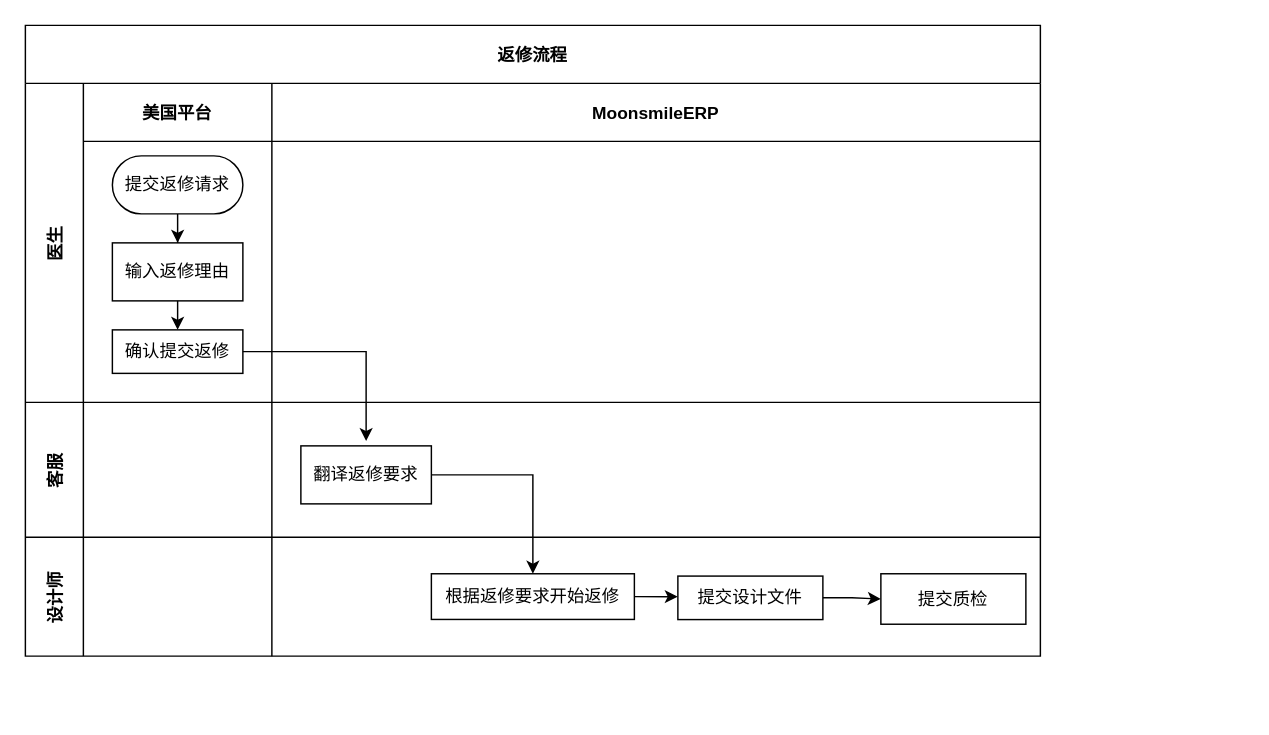
The draw.io diagram Untitled Diagram.drawio in laggage/markdown-it-attrs, before the edit. Source tidied: cells renumbered, new cells numbered last; positions are measured from the earlier drawing's top-left corner, leaving out a move shared by most shapes. Both pictures are drawn from the tidied source at 145%, with x=0, y=0 at pixel (25, 25).
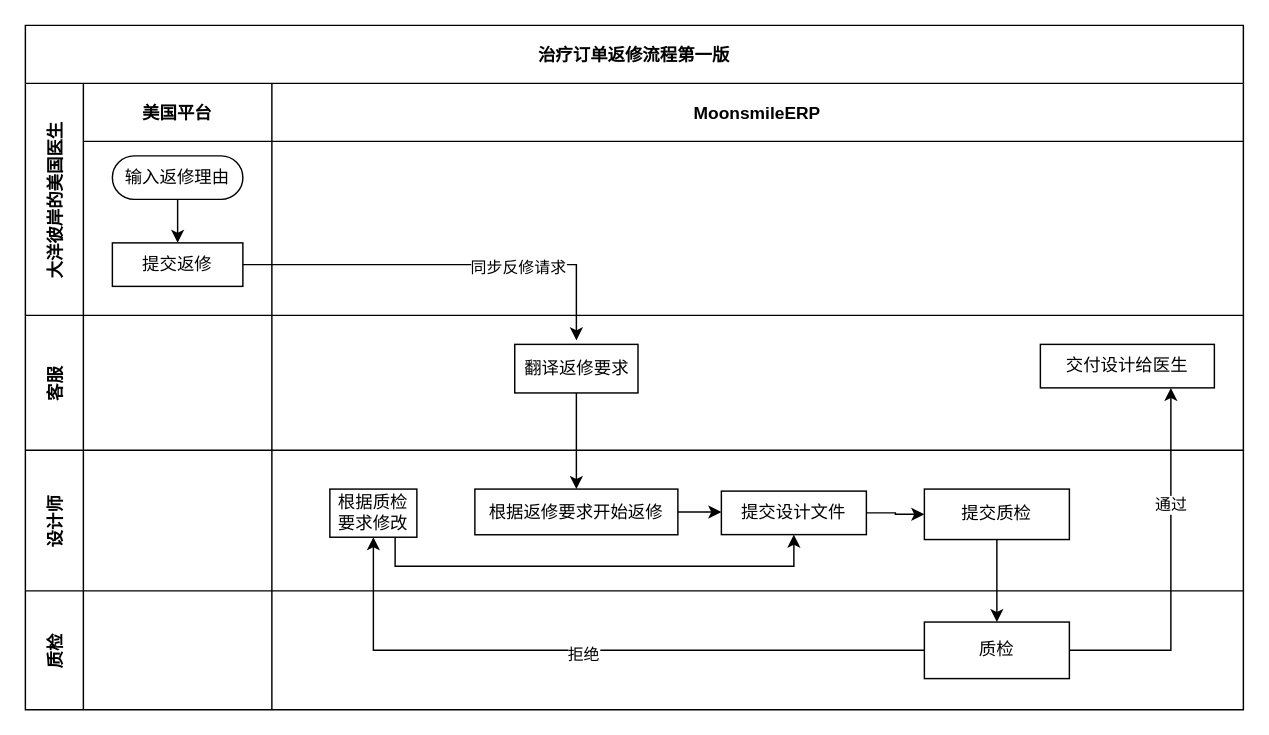
The same page after the edit.

The change refers to these unchanged cells:
```xml
<mxCell id="24" style="edgeStyle=orthogonalEdgeStyle;rounded=0;jettySize=auto;html=1;exitX=1;exitY=0.5;exitDx=0;exitDy=0;entryX=0.5;entryY=-0.082;entryDx=0;entryDy=0;entryPerimeter=0;" parent="2" edge="1" source="8" target="14">
  <mxGeometry relative="1" as="geometry" />
</mxCell>
```

What changed in the source:
```diff
@@
-    <mxCell id="2" value="返修流程" style="shape=table;childLayout=tableLayout;startSize=40;fillColor=none;fontStyle=1;" parent="1" vertex="1">
-      <mxGeometry width="700" height="435" as="geometry" />
+    <mxCell id="2" value="治疗订单返修流程第一版" style="shape=table;childLayout=tableLayout;startSize=40;fillColor=none;fontStyle=1;" parent="1" vertex="1">
+      <mxGeometry width="840" height="472" as="geometry" />
     </mxCell>
-    <mxCell id="3" value="医生" style="shape=tableRow;horizontal=0;swimlaneHead=0;swimlaneBody=0;top=0;left=0;bottom=0;right=0;fillColor=none;startSize=40;fontStyle=1;" parent="2" vertex="1">
-      <mxGeometry y="40" width="700" height="220" as="geometry" />
+    <mxCell id="3" value="大洋彼岸的美国医生" style="shape=tableRow;horizontal=0;swimlaneHead=0;swimlaneBody=0;top=0;left=0;bottom=0;right=0;fillColor=none;startSize=40;fontStyle=1;" parent="2" vertex="1">
+      <mxGeometry y="40" width="840" height="160" as="geometry" />
     </mxCell>
     <mxCell id="4" value="美国平台" style="swimlane;swimlaneHead=0;swimlaneBody=0;fillColor=none;startSize=40;fontStyle=1;" parent="3" vertex="1">
-      <mxGeometry x="40" width="130" height="220" as="geometry" />
+      <mxGeometry x="40" width="130" height="160" as="geometry" />
     </mxCell>
-    <mxCell id="5" style="edgeStyle=orthogonalEdgeStyle;rounded=0;jettySize=auto;html=1;" parent="4" edge="1" source="6" target="7">
-      <mxGeometry relative="1" as="geometry" />
-    </mxCell>
+    <mxCell id="26" style="edgeStyle=orthogonalEdgeStyle;rounded=0;jettySize=auto;html=1;exitX=0.5;exitY=1;exitDx=0;exitDy=0;entryX=0.5;entryY=0;entryDx=0;entryDy=0;" parent="4" edge="1" source="6" target="8">
+      <mxGeometry relative="1" as="geometry" />
+    </mxCell>
-    <mxCell id="6" value="提交返修请求" style="rounded=1;whiteSpace=wrap;html=1;arcSize=50;" parent="4" vertex="1">
-      <mxGeometry x="20" y="50" width="90" height="40" as="geometry" />
+    <mxCell id="6" value="输入返修理由" style="rounded=1;whiteSpace=wrap;html=1;arcSize=50;" parent="4" vertex="1">
+      <mxGeometry x="20" y="50" width="90" height="30" as="geometry" />
     </mxCell>
-    <mxCell id="7" value="输入返修理由" style="rounded=0;whiteSpace=wrap;html=1;" parent="4" vertex="1">
-      <mxGeometry x="20" y="110" width="90" height="40" as="geometry" />
-    </mxCell>
-    <mxCell id="8" value="确认提交返修" style="rounded=0;whiteSpace=wrap;html=1;" parent="4" vertex="1">
-      <mxGeometry x="20" y="170" width="90" height="30" as="geometry" />
+    <mxCell id="8" value="提交返修" style="rounded=0;whiteSpace=wrap;html=1;" parent="4" vertex="1">
+      <mxGeometry x="20" y="110" width="90" height="30" as="geometry" />
     </mxCell>
-    <mxCell id="9" style="edgeStyle=orthogonalEdgeStyle;rounded=0;jettySize=auto;html=1;exitX=0.5;exitY=1;exitDx=0;exitDy=0;entryX=0.5;entryY=0;entryDx=0;entryDy=0;" parent="4" edge="1" source="7" target="8">
-      <mxGeometry relative="1" as="geometry" />
-    </mxCell>
     <mxCell id="10" value="MoonsmileERP" style="swimlane;swimlaneHead=0;swimlaneBody=0;fillColor=none;startSize=40;fontStyle=1;" parent="3" vertex="1">
-      <mxGeometry x="170" width="530" height="220" as="geometry" />
+      <mxGeometry x="170" width="670" height="160" as="geometry" />
     </mxCell>
     <mxCell id="11" value="客服" style="shape=tableRow;horizontal=0;swimlaneHead=0;swimlaneBody=0;top=0;left=0;bottom=0;right=0;fillColor=none;startSize=40;fontStyle=1;" parent="2" vertex="1">
-      <mxGeometry y="260" width="700" height="93" as="geometry" />
+      <mxGeometry y="200" width="840" height="93" as="geometry" />
     </mxCell>
@@
     <mxCell id="13" style="swimlane;swimlaneHead=0;swimlaneBody=0;fillColor=none;startSize=0;fontStyle=1;" parent="11" vertex="1">
-      <mxGeometry x="170" width="530" height="93" as="geometry" />
+      <mxGeometry x="170" width="670" height="93" as="geometry" />
     </mxCell>
     <mxCell id="14" value="翻译返修要求" style="rounded=0;whiteSpace=wrap;html=1;" parent="13" vertex="1">
-      <mxGeometry x="20" y="30" width="90" height="40" as="geometry" />
+      <mxGeometry x="167.5" y="20" width="85" height="33.5" as="geometry" />
     </mxCell>
+    <mxCell id="27" value="交付设计给医生" style="rounded=0;whiteSpace=wrap;html=1;" parent="13" vertex="1">
+      <mxGeometry x="530" y="20" width="120" height="30" as="geometry" />
+    </mxCell>
     <mxCell id="15" value="设计师" style="shape=tableRow;horizontal=0;swimlaneHead=0;swimlaneBody=0;top=0;left=0;bottom=0;right=0;fillColor=none;startSize=40;fontStyle=1;" parent="2" vertex="1">
-      <mxGeometry y="353" width="700" height="82" as="geometry" />
+      <mxGeometry y="293" width="840" height="97" as="geometry" />
     </mxCell>
     <mxCell id="16" style="swimlane;swimlaneHead=0;swimlaneBody=0;fillColor=none;startSize=0;fontStyle=1;" parent="15" vertex="1">
-      <mxGeometry x="40" width="130" height="82" as="geometry" />
+      <mxGeometry x="40" width="130" height="97" as="geometry" />
     </mxCell>
     <mxCell id="17" style="swimlane;swimlaneHead=0;swimlaneBody=0;fillColor=none;startSize=0;fontStyle=1;" parent="15" vertex="1">
-      <mxGeometry x="170" width="530" height="82" as="geometry" />
+      <mxGeometry x="170" width="670" height="97" as="geometry" />
     </mxCell>
@@
     <mxCell id="19" value="根据返修要求开始返修" style="rounded=0;whiteSpace=wrap;html=1;" parent="17" vertex="1">
-      <mxGeometry x="110" y="25.2" width="140" height="31.5" as="geometry" />
+      <mxGeometry x="140" y="26.8" width="140" height="31.5" as="geometry" />
     </mxCell>
@@
     <mxCell id="21" value="提交设计文件" style="rounded=0;whiteSpace=wrap;html=1;" parent="17" vertex="1">
-      <mxGeometry x="280" y="26.8" width="100" height="30" as="geometry" />
+      <mxGeometry x="310" y="28.2" width="100" height="30" as="geometry" />
     </mxCell>
     <mxCell id="22" value="提交质检" style="rounded=0;whiteSpace=wrap;html=1;" parent="17" vertex="1">
-      <mxGeometry x="420" y="25.2" width="100" height="34.8" as="geometry" />
+      <mxGeometry x="450" y="26.8" width="100" height="34.8" as="geometry" />
     </mxCell>
+    <mxCell id="28" style="edgeStyle=orthogonalEdgeStyle;rounded=0;jettySize=auto;html=1;exitX=0.75;exitY=1;exitDx=0;exitDy=0;entryX=0.5;entryY=1;entryDx=0;entryDy=0;" parent="17" edge="1" source="29" target="21">
+      <mxGeometry relative="1" as="geometry" />
+    </mxCell>
+    <mxCell id="29" value="根据质检要求修改" style="rounded=0;whiteSpace=wrap;html=1;" parent="17" vertex="1">
+      <mxGeometry x="40" y="26.8" width="60" height="33.2" as="geometry" />
+    </mxCell>
+    <mxCell id="30" value="质检" style="shape=tableRow;horizontal=0;swimlaneHead=0;swimlaneBody=0;top=0;left=0;bottom=0;right=0;fillColor=none;startSize=40;fontStyle=1;" parent="2" vertex="1">
+      <mxGeometry y="390" width="840" height="82" as="geometry" />
+    </mxCell>
+    <mxCell id="31" style="swimlane;swimlaneHead=0;swimlaneBody=0;fillColor=none;startSize=0;fontStyle=1;" parent="30" vertex="1">
+      <mxGeometry x="40" width="130" height="82" as="geometry" />
+    </mxCell>
+    <mxCell id="32" style="swimlane;swimlaneHead=0;swimlaneBody=0;fillColor=none;startSize=0;fontStyle=1;" parent="30" vertex="1">
+      <mxGeometry x="170" width="670" height="82" as="geometry" />
+    </mxCell>
+    <mxCell id="33" value="质检" style="rounded=0;whiteSpace=wrap;html=1;" parent="32" vertex="1">
+      <mxGeometry x="450" y="21.5" width="100" height="39" as="geometry" />
+    </mxCell>
@@
+    <mxCell id="34" value="&lt;div&gt;同步反修请求&lt;br&gt;&lt;/div&gt;" style="edgeLabel;html=1;align=center;verticalAlign=middle;" parent="24" vertex="1">
+      <mxGeometry x="0.34" y="-1" relative="1" as="geometry" />
+    </mxCell>
+    <mxCell id="35" style="edgeStyle=orthogonalEdgeStyle;rounded=0;jettySize=auto;html=1;exitX=0.5;exitY=1;exitDx=0;exitDy=0;" parent="2" edge="1" source="22" target="33">
+      <mxGeometry relative="1" as="geometry" />
+    </mxCell>
+    <mxCell id="36" style="edgeStyle=orthogonalEdgeStyle;rounded=0;jettySize=auto;html=1;exitX=0;exitY=0.5;exitDx=0;exitDy=0;entryX=0.5;entryY=1;entryDx=0;entryDy=0;" parent="2" edge="1" source="33" target="29">
+      <mxGeometry relative="1" as="geometry" />
+    </mxCell>
+    <mxCell id="37" value="拒绝" style="edgeLabel;html=1;align=center;verticalAlign=middle;" parent="36" vertex="1">
+      <mxGeometry x="0.03" y="2" relative="1" as="geometry" />
+    </mxCell>
+    <mxCell id="38" style="edgeStyle=orthogonalEdgeStyle;rounded=0;jettySize=auto;html=1;exitX=1;exitY=0.5;exitDx=0;exitDy=0;entryX=0.75;entryY=1;entryDx=0;entryDy=0;" parent="2" edge="1" source="33" target="27">
+      <mxGeometry relative="1" as="geometry" />
+    </mxCell>
+    <mxCell id="39" value="通过" style="edgeLabel;html=1;align=center;verticalAlign=middle;" parent="38" vertex="1">
+      <mxGeometry x="0.36" y="1" relative="1" as="geometry" />
+    </mxCell>
-    <mxCell id="25" style="edgeStyle=orthogonalEdgeStyle;rounded=0;jettySize=auto;html=1;exitX=1;exitY=0.5;exitDx=0;exitDy=0;entryX=0.5;entryY=0;entryDx=0;entryDy=0;" parent="2" edge="1" source="14" target="19">
+    <mxCell id="25" style="edgeStyle=orthogonalEdgeStyle;rounded=0;jettySize=auto;html=1;exitX=0.5;exitY=1;exitDx=0;exitDy=0;entryX=0.5;entryY=0;entryDx=0;entryDy=0;" parent="2" edge="1" source="14" target="19">
       <mxGeometry relative="1" as="geometry" />
     </mxCell>
```
